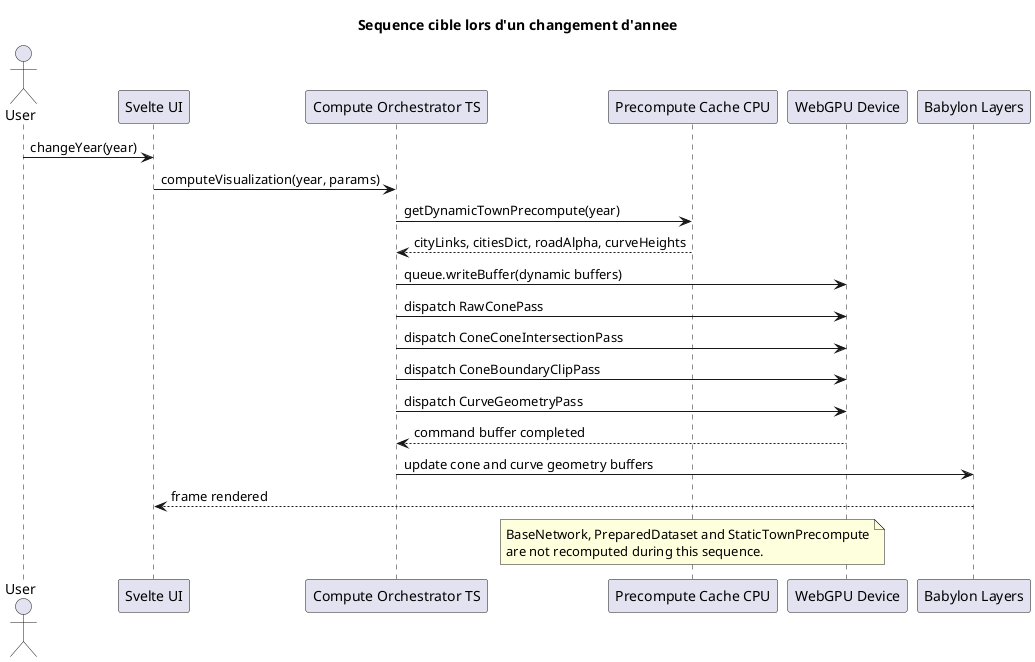
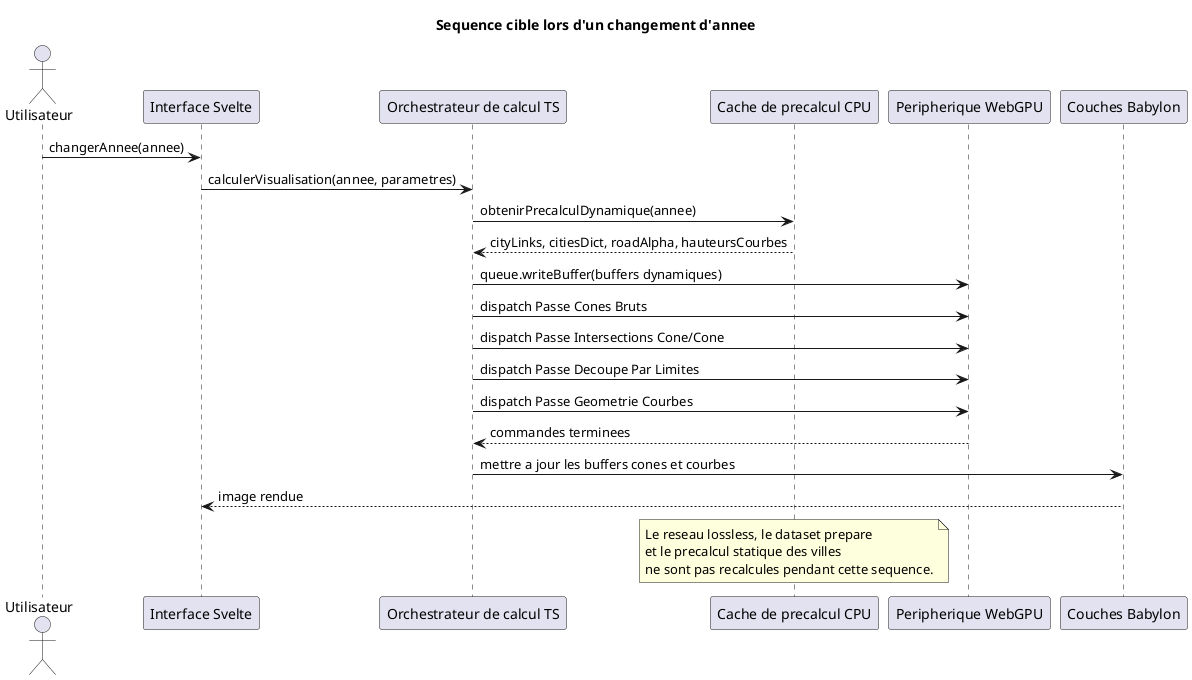
@startuml
title Sequence cible lors d'un changement d'annee

- actor User
- participant "Svelte UI" as UI
- participant "Compute Orchestrator TS" as TS
- participant "Precompute Cache CPU" as Cache
- participant "WebGPU Device" as GPU
- participant "Babylon Layers" as Babylon
+ actor Utilisateur
+ participant "Interface Svelte" as UI
+ participant "Orchestrateur de calcul TS" as TS
+ participant "Cache de precalcul CPU" as Cache
+ participant "Peripherique WebGPU" as GPU
+ participant "Couches Babylon" as Babylon

- User -> UI : changeYear(year)
- UI -> TS : computeVisualization(year, params)
- TS -> Cache : getDynamicTownPrecompute(year)
- Cache --> TS : cityLinks, citiesDict, roadAlpha, curveHeights
- TS -> GPU : queue.writeBuffer(dynamic buffers)
- TS -> GPU : dispatch RawConePass
- TS -> GPU : dispatch ConeConeIntersectionPass
- TS -> GPU : dispatch ConeBoundaryClipPass
- TS -> GPU : dispatch CurveGeometryPass
- GPU --> TS : command buffer completed
- TS -> Babylon : update cone and curve geometry buffers
- Babylon --> UI : frame rendered
+ Utilisateur -> UI : changerAnnee(annee)
+ UI -> TS : calculerVisualisation(annee, parametres)
+ TS -> Cache : obtenirPrecalculDynamique(annee)
+ Cache --> TS : cityLinks, citiesDict, roadAlpha, hauteursCourbes
+ TS -> GPU : queue.writeBuffer(buffers dynamiques)
+ TS -> GPU : dispatch Passe Cones Bruts
+ TS -> GPU : dispatch Passe Intersections Cone/Cone
+ TS -> GPU : dispatch Passe Decoupe Par Limites
+ TS -> GPU : dispatch Passe Geometrie Courbes
+ GPU --> TS : commandes terminees
+ TS -> Babylon : mettre a jour les buffers cones et courbes
+ Babylon --> UI : image rendue

note over Cache
-   BaseNetwork, PreparedDataset and StaticTownPrecompute
-   are not recomputed during this sequence.
+   Le reseau lossless, le dataset prepare
+   et le precalcul statique des villes
+   ne sont pas recalcules pendant cette sequence.
end note
@enduml
